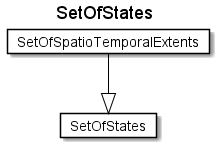
This is fragments/diagrams/SetOfStates.png from rtigran/rdf2adoc, a PlantUML export, as it was before one commit. Its diagram source:
```plantuml
@startuml
Title SetOfStates

Card SetOfStates #fff [
SetOfStates
]
Card SetOfSpatioTemporalExtents #fff [
SetOfSpatioTemporalExtents
]
SetOfSpatioTemporalExtents --|> SetOfStates  #000
@enduml
```
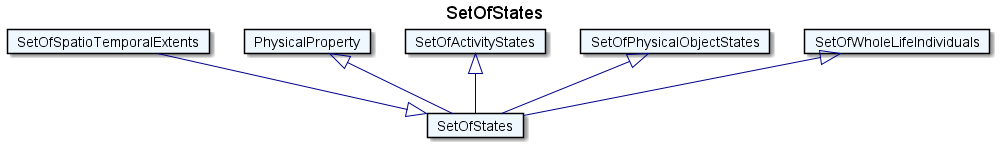
The same file after the commit.

Change to the diagram source:
```diff
@@ -1,11 +1,27 @@
 @startuml
 Title SetOfStates
 
-Card SetOfStates #fff [
+Card SetOfStates #F0F8FF [
 SetOfStates
 ]
-Card SetOfSpatioTemporalExtents #fff [
+Card SetOfSpatioTemporalExtents #F0F8FF [
 SetOfSpatioTemporalExtents
 ]
-SetOfSpatioTemporalExtents --|> SetOfStates  #000
+SetOfSpatioTemporalExtents --|> SetOfStates  #00008B
+Card PhysicalProperty #F0F8FF [
+PhysicalProperty
+]
+PhysicalProperty <|-- SetOfStates  #00008B
+Card SetOfActivityStates #F0F8FF [
+SetOfActivityStates
+]
+SetOfActivityStates <|-- SetOfStates  #00008B
+Card SetOfPhysicalObjectStates #F0F8FF [
+SetOfPhysicalObjectStates
+]
+SetOfPhysicalObjectStates <|-- SetOfStates  #00008B
+Card SetOfWholeLifeIndividuals #F0F8FF [
+SetOfWholeLifeIndividuals
+]
+SetOfWholeLifeIndividuals <|-- SetOfStates  #00008B
 @enduml
```
